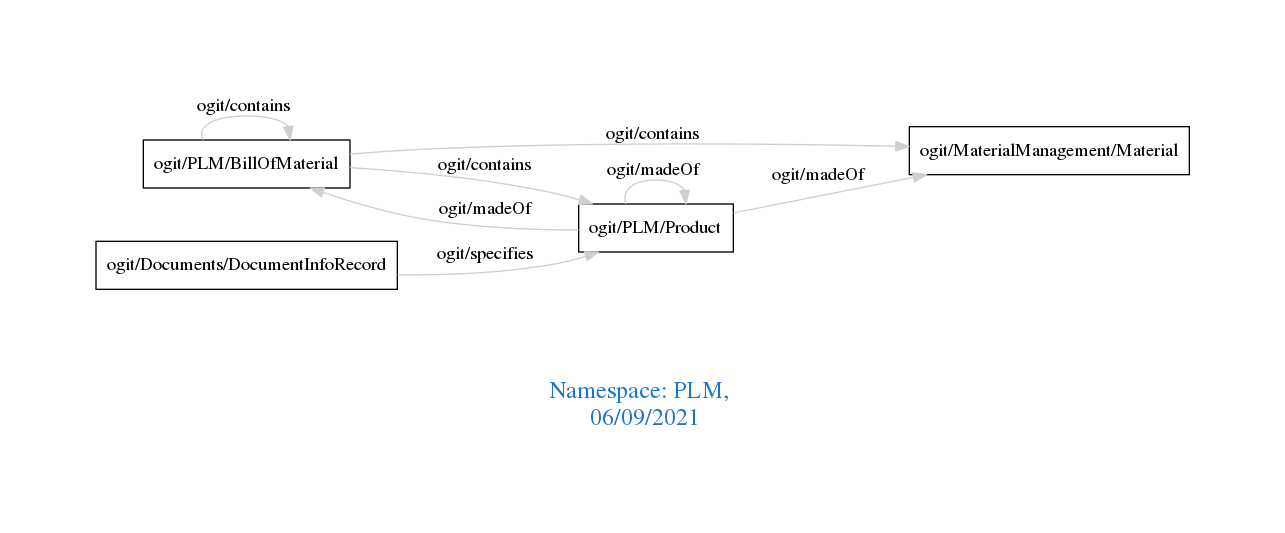
The Graphviz diagram downloads/PLM.png in arago/OGIT, before a commit. Its source is kept beside it as downloads/PLM.dot.
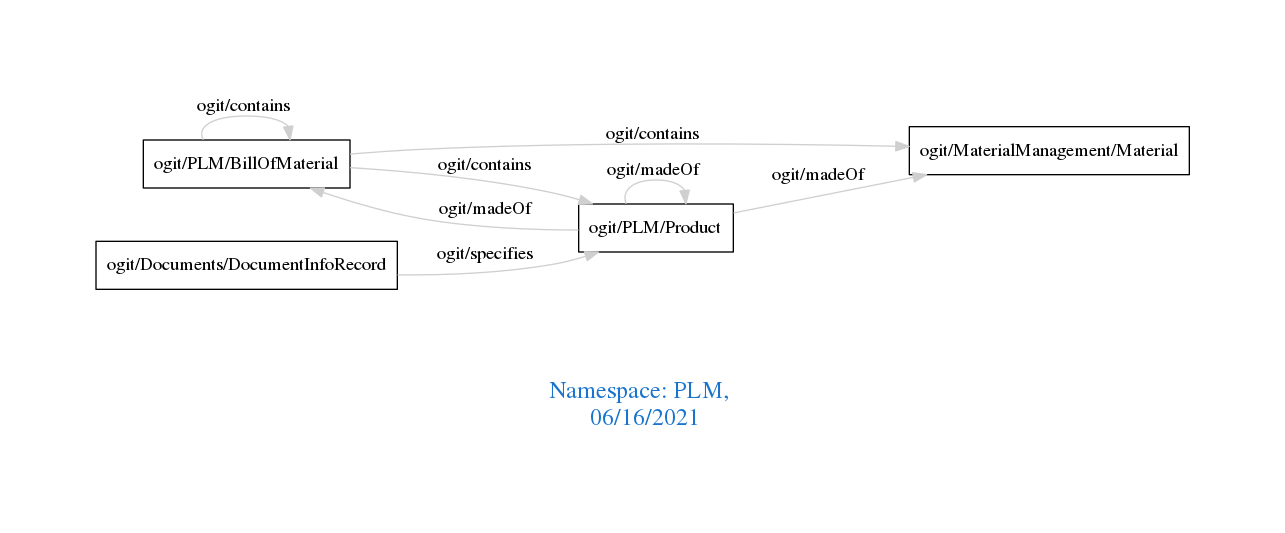
The same diagram one commit later.

Diff of the diagram source:
```diff
@@ -1,7 +1,7 @@
 digraph OGIT_ontology {
  graph [ rankdir= LR,pad=1
 fontsize = 18,
-fontcolor= dodgerblue3,label = "\n\n\nNamespace: PLM, \n 06/09/2021"];
+fontcolor= dodgerblue3,label = "\n\n\nNamespace: PLM, \n 06/16/2021"];
 node[shape=polygon];
 edge [  color="gray81"];
 
```
